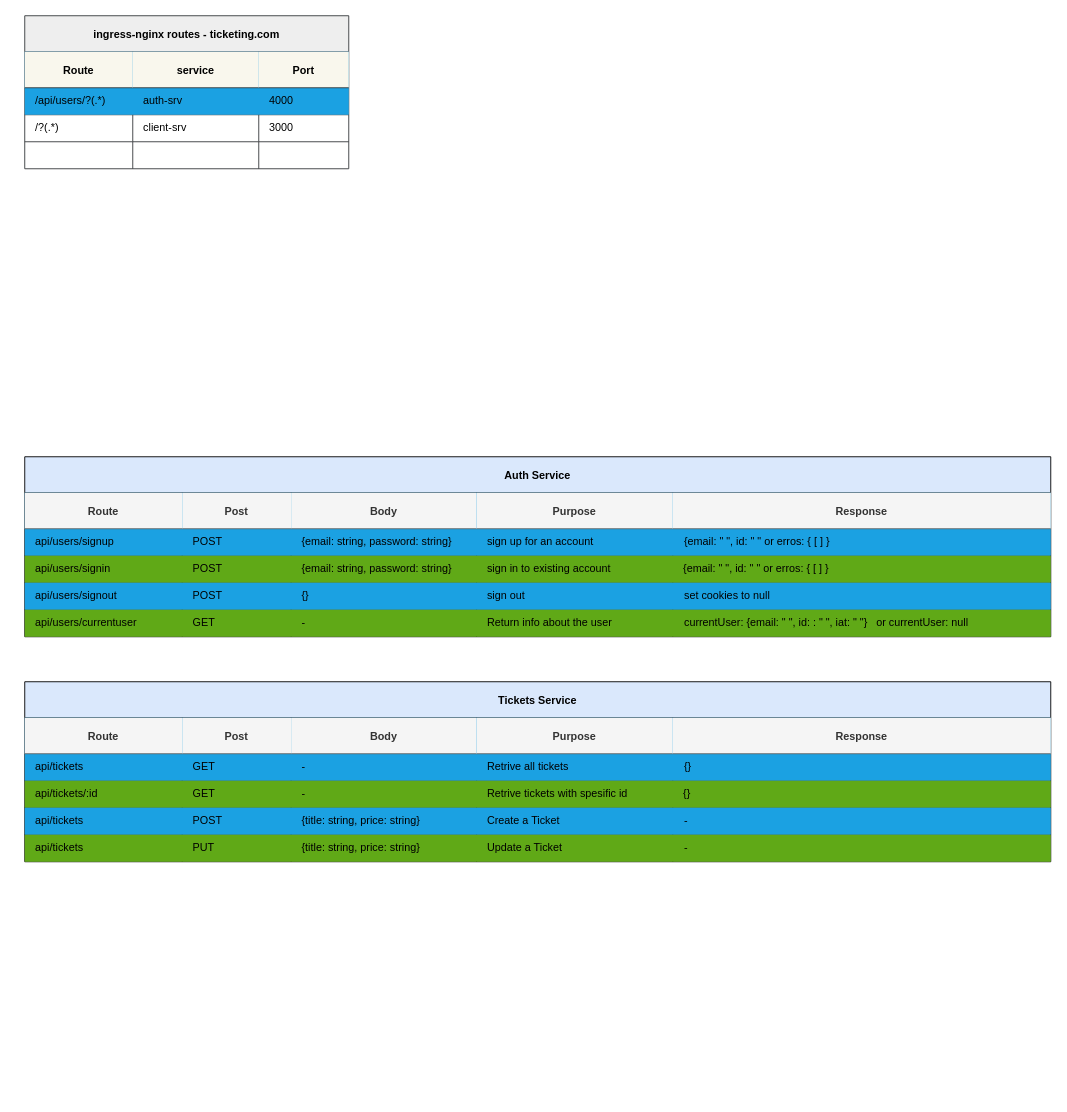
Earlier version of the draw.io diagram diagrams/routes.drawio (kavishkamk/ticker-hub). Source tidied: cells renumbered, new cells numbered last; positions are measured from the earlier drawing's top-left corner, leaving out a move shared by most shapes. Both pictures are drawn from the tidied source at 90%, with x=0, y=0 at pixel (24, 15).
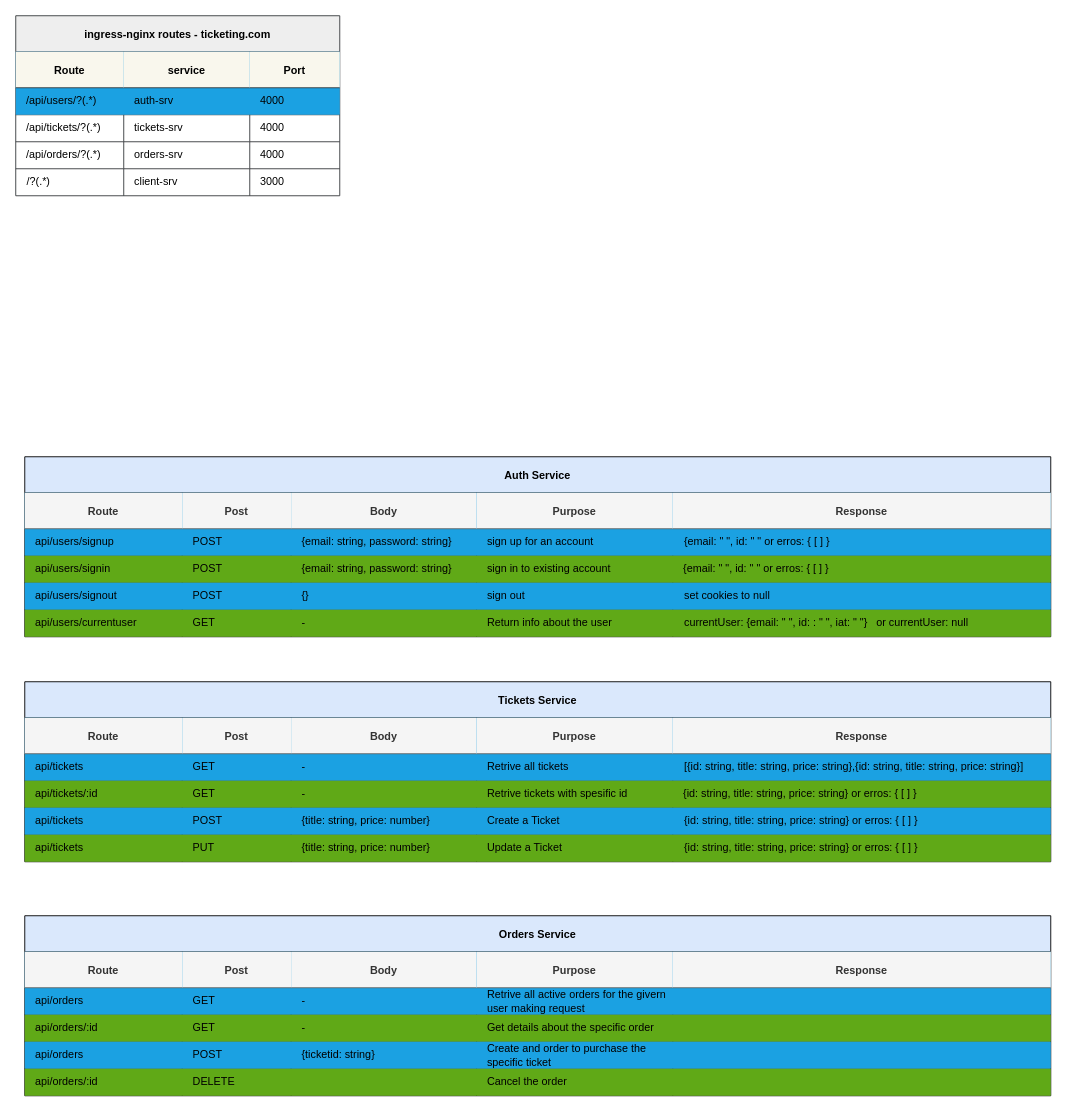
The same page after the edit.

The change refers to these unchanged cells:
```xml
<mxCell id="12" value="Response" style="swimlane;swimlaneHead=0;swimlaneBody=0;fontStyle=0;fillColor=#f5f5f5;startSize=40;fontStyle=1;fontColor=#333333;strokeColor=#666666;" parent="3" vertex="1">
  <mxGeometry x="720" width="420" height="70" as="geometry" />
</mxCell>
<mxCell id="24" style="swimlane;swimlaneHead=0;swimlaneBody=0;fontStyle=0;fillColor=none;startSize=0;fontStyle=1;" parent="23" vertex="1">
  <mxGeometry width="240" height="30" as="geometry" />
</mxCell>
<mxCell id="31" style="swimlane;swimlaneHead=0;swimlaneBody=0;fontStyle=0;fillColor=none;startSize=0;fontStyle=1;" parent="26" vertex="1">
  <mxGeometry x="296" width="206" height="30" as="geometry" />
</mxCell>
<mxCell id="35" style="swimlane;swimlaneHead=0;swimlaneBody=0;fontStyle=0;fillColor=default;startSize=0;fontStyle=1;fontColor=#ffffff;strokeColor=#006EAF;" parent="26" vertex="1">
  <mxGeometry x="720" width="420" height="30" as="geometry" />
</mxCell>
<mxCell id="42" style="swimlane;swimlaneHead=0;swimlaneBody=0;fontStyle=0;fillColor=none;startSize=0;fontStyle=1;" parent="37" vertex="1">
  <mxGeometry x="296" width="206" height="30" as="geometry" />
</mxCell>
<mxCell id="46" style="swimlane;swimlaneHead=0;swimlaneBody=0;fontStyle=0;fillColor=none;startSize=0;fontStyle=1;" parent="37" vertex="1">
  <mxGeometry x="720" width="420" height="30" as="geometry" />
</mxCell>
<mxCell id="57" style="swimlane;swimlaneHead=0;swimlaneBody=0;fontStyle=0;fillColor=none;startSize=0;fontStyle=1;strokeColor=#000000;" parent="56" vertex="1">
  <mxGeometry width="120" height="30" as="geometry" />
</mxCell>
<mxCell id="59" style="swimlane;swimlaneHead=0;swimlaneBody=0;fontStyle=0;fillColor=none;startSize=0;fontStyle=1;strokeColor=#000000;" parent="56" vertex="1">
  <mxGeometry x="120" width="140" height="30" as="geometry" />
</mxCell>
<mxCell id="61" style="swimlane;swimlaneHead=0;swimlaneBody=0;fontStyle=0;fillColor=none;startSize=0;fontStyle=1;strokeColor=#000000;swimlaneFillColor=none;" parent="56" vertex="1">
  <mxGeometry x="260" width="100" height="30" as="geometry" />
</mxCell>
<mxCell id="64" style="swimlane;swimlaneHead=0;swimlaneBody=0;fontStyle=0;fillColor=none;startSize=0;fontStyle=1;strokeColor=#000000;" parent="63" vertex="1">
  <mxGeometry width="120" height="30" as="geometry" />
</mxCell>
<mxCell id="65" style="swimlane;swimlaneHead=0;swimlaneBody=0;fontStyle=0;fillColor=none;startSize=0;fontStyle=1;strokeColor=#000000;" parent="63" vertex="1">
  <mxGeometry x="120" width="140" height="30" as="geometry" />
</mxCell>
<mxCell id="66" style="swimlane;swimlaneHead=0;swimlaneBody=0;fontStyle=0;fillColor=none;startSize=0;fontStyle=1;strokeColor=#000000;" parent="63" vertex="1">
  <mxGeometry x="260" width="100" height="30" as="geometry" />
</mxCell>
```

The edit, as a diff of the source:
```diff
@@
-    <mxCell id="13" value="{}" style="text;html=1;align=left;verticalAlign=middle;strokeColor=none;fillColor=none;" parent="12" vertex="1">
-      <mxGeometry x="11" y="40" width="30" height="30" as="geometry" />
+    <mxCell id="13" value="[{id: string, title: string, price: string},{id: string, title: string, price: string}]" style="text;html=1;align=left;verticalAlign=middle;strokeColor=none;fillColor=none;" parent="12" vertex="1">
+      <mxGeometry x="11" y="40" width="400" height="30" as="geometry" />
     </mxCell>
@@
-    <mxCell id="25" value="{}" style="text;html=1;align=left;verticalAlign=middle;strokeColor=none;fillColor=none;" parent="24" vertex="1">
-      <mxGeometry x="10" width="30" height="30" as="geometry" />
+    <mxCell id="25" value="{id: string, title: string, price: string} or erros: { [ ] }" style="text;html=1;align=left;verticalAlign=middle;strokeColor=none;fillColor=none;" parent="24" vertex="1">
+      <mxGeometry x="10" width="280" height="30" as="geometry" />
     </mxCell>
@@
-    <mxCell id="32" value="{title: string, price: string}" style="text;html=1;align=left;verticalAlign=middle;strokeColor=none;fillColor=none;" parent="31" vertex="1">
-      <mxGeometry x="10" width="150" height="30" as="geometry" />
+    <mxCell id="32" value="{title: string, price: number}" style="text;html=1;align=left;verticalAlign=middle;strokeColor=none;fillColor=none;" parent="31" vertex="1">
+      <mxGeometry x="10" width="170" height="30" as="geometry" />
     </mxCell>
@@
-    <mxCell id="36" value="-" style="text;html=1;align=left;verticalAlign=middle;strokeColor=none;fillColor=none;" parent="35" vertex="1">
-      <mxGeometry x="11" width="30" height="30" as="geometry" />
+    <mxCell id="36" value="{id: string, title: string, price: string} or erros: { [ ] }" style="text;html=1;align=left;verticalAlign=middle;strokeColor=none;fillColor=none;" parent="35" vertex="1">
+      <mxGeometry x="11" width="280" height="30" as="geometry" />
     </mxCell>
@@
-    <mxCell id="43" value="{title: string, price: string}" style="text;html=1;align=left;verticalAlign=middle;strokeColor=none;fillColor=none;" parent="42" vertex="1">
-      <mxGeometry x="10" width="150" height="30" as="geometry" />
+    <mxCell id="43" value="{title: string, price: number}" style="text;html=1;align=left;verticalAlign=middle;strokeColor=none;fillColor=none;" parent="42" vertex="1">
+      <mxGeometry x="10" width="170" height="30" as="geometry" />
     </mxCell>
@@
-    <mxCell id="47" value="-" style="text;html=1;align=left;verticalAlign=middle;strokeColor=none;fillColor=none;" parent="46" vertex="1">
-      <mxGeometry x="11" width="30" height="30" as="geometry" />
+    <mxCell id="47" value="{id: string, title: string, price: string} or erros: { [ ] }" style="text;html=1;align=left;verticalAlign=middle;strokeColor=none;fillColor=none;" parent="46" vertex="1">
+      <mxGeometry x="11" width="280" height="30" as="geometry" />
     </mxCell>
     <mxCell id="48" value="ingress-nginx routes - ticketing.com" style="shape=table;childLayout=tableLayout;startSize=40;fontStyle=1;strokeColor=#36393d;fillColor=#eeeeee;" parent="1" vertex="1">
-      <mxGeometry width="360" height="170" as="geometry" />
+      <mxGeometry x="-10" width="360" height="200" as="geometry" />
     </mxCell>
@@
-    <mxCell id="56" style="shape=tableRow;horizontal=0;startSize=0;swimlaneHead=0;swimlaneBody=0;top=0;left=0;bottom=0;right=0;fillColor=none;fontStyle=1;strokeColor=#000000;" parent="48" vertex="1">
+    <mxCell id="56" style="shape=tableRow;horizontal=0;startSize=0;swimlaneHead=0;swimlaneBody=0;top=0;left=0;bottom=0;right=0;fillColor=none;fontStyle=1;strokeColor=#000000;flipV=1;flipH=1;" parent="48" vertex="1">
       <mxGeometry y="110" width="360" height="30" as="geometry" />
     </mxCell>
@@
-    <mxCell id="58" value="/?(.*)" style="text;html=1;align=left;verticalAlign=middle;strokeColor=none;fillColor=none;" parent="57" vertex="1">
-      <mxGeometry x="10" width="50" height="30" as="geometry" />
-    </mxCell>
+    <mxCell id="113" value="/api/tickets/?(.*)" style="text;html=1;align=left;verticalAlign=middle;strokeColor=none;fillColor=none;" parent="57" vertex="1">
+      <mxGeometry x="10" width="110" height="30" as="geometry" />
+    </mxCell>
@@
-    <mxCell id="60" value="client-srv" style="text;html=1;align=left;verticalAlign=middle;strokeColor=none;fillColor=none;" parent="59" vertex="1">
-      <mxGeometry x="10" width="70" height="30" as="geometry" />
-    </mxCell>
+    <mxCell id="114" value="tickets-srv" style="text;html=1;align=left;verticalAlign=middle;strokeColor=none;fillColor=none;" parent="59" vertex="1">
+      <mxGeometry x="10" width="80" height="30" as="geometry" />
+    </mxCell>
@@
-    <mxCell id="62" value="3000" style="text;html=1;align=left;verticalAlign=middle;strokeColor=none;fillColor=none;" parent="61" vertex="1">
-      <mxGeometry x="10" width="50" height="30" as="geometry" />
-    </mxCell>
+    <mxCell id="115" value="4000" style="text;html=1;align=left;verticalAlign=middle;strokeColor=none;fillColor=none;" parent="61" vertex="1">
+      <mxGeometry x="10" width="50" height="30" as="geometry" />
+    </mxCell>
@@
+    <mxCell id="116" value="/api/orders/?(.*)" style="text;html=1;align=left;verticalAlign=middle;strokeColor=none;fillColor=none;" parent="64" vertex="1">
+      <mxGeometry x="10" width="110" height="30" as="geometry" />
+    </mxCell>
@@
+    <mxCell id="117" value="orders-srv" style="text;html=1;align=left;verticalAlign=middle;strokeColor=none;fillColor=none;" parent="65" vertex="1">
+      <mxGeometry x="10" width="80" height="30" as="geometry" />
+    </mxCell>
@@
+    <mxCell id="118" value="4000" style="text;html=1;align=left;verticalAlign=middle;strokeColor=none;fillColor=none;" parent="66" vertex="1">
+      <mxGeometry x="10" width="50" height="30" as="geometry" />
+    </mxCell>
+    <mxCell id="119" style="shape=tableRow;horizontal=0;startSize=0;swimlaneHead=0;swimlaneBody=0;top=0;left=0;bottom=0;right=0;fillColor=none;fontStyle=1;strokeColor=#000000;" parent="48" vertex="1">
+      <mxGeometry y="170" width="360" height="30" as="geometry" />
+    </mxCell>
+    <mxCell id="120" style="swimlane;swimlaneHead=0;swimlaneBody=0;fontStyle=0;fillColor=none;startSize=0;fontStyle=1;strokeColor=#000000;" parent="119" vertex="1">
+      <mxGeometry width="120" height="30" as="geometry" />
+    </mxCell>
+    <mxCell id="58" value="&lt;span style=&quot;text-align: left;&quot;&gt;/?(.*)&lt;/span&gt;" style="text;html=1;align=center;verticalAlign=middle;strokeColor=none;fillColor=none;" parent="120" vertex="1">
+      <mxGeometry width="50" height="30" as="geometry" />
+    </mxCell>
+    <mxCell id="121" style="swimlane;swimlaneHead=0;swimlaneBody=0;fontStyle=0;fillColor=none;startSize=0;fontStyle=1;strokeColor=#000000;" parent="119" vertex="1">
+      <mxGeometry x="120" width="140" height="30" as="geometry" />
+    </mxCell>
+    <mxCell id="60" value="client-srv" style="text;html=1;align=left;verticalAlign=middle;strokeColor=none;fillColor=none;" parent="121" vertex="1">
+      <mxGeometry x="10" width="70" height="30" as="geometry" />
+    </mxCell>
+    <mxCell id="122" style="swimlane;swimlaneHead=0;swimlaneBody=0;fontStyle=0;fillColor=none;startSize=0;fontStyle=1;strokeColor=#000000;" parent="119" vertex="1">
+      <mxGeometry x="260" width="100" height="30" as="geometry" />
+    </mxCell>
+    <mxCell id="62" value="3000" style="text;html=1;align=left;verticalAlign=middle;strokeColor=none;fillColor=none;" parent="122" vertex="1">
+      <mxGeometry x="10" width="50" height="30" as="geometry" />
+    </mxCell>
@@
+    <mxCell id="123" value="Orders Service" style="shape=table;childLayout=tableLayout;startSize=40;fontStyle=1;fillColor=#dae8fc;strokeColor=#000000;columnLines=1;rowLines=1;" parent="1" vertex="1">
+      <mxGeometry y="1000" width="1140" height="200" as="geometry" />
+    </mxCell>
+    <mxCell id="124" style="shape=tableRow;horizontal=0;startSize=0;swimlaneHead=0;swimlaneBody=0;top=0;left=0;bottom=0;right=0;fillColor=#1ba1e2;fontStyle=1;fontColor=#ffffff;strokeColor=#000000;" parent="123" vertex="1">
+      <mxGeometry y="40" width="1140" height="70" as="geometry" />
+    </mxCell>
+    <mxCell id="125" value="Route" style="swimlane;swimlaneHead=0;swimlaneBody=0;fontStyle=0;fillColor=#f5f5f5;startSize=40;fontStyle=1;fontColor=#333333;strokeColor=#666666;" parent="124" vertex="1">
+      <mxGeometry width="175" height="70" as="geometry" />
+    </mxCell>
+    <mxCell id="126" value="api/orders" style="text;html=1;align=left;verticalAlign=middle;strokeColor=none;fillColor=none;" parent="125" vertex="1">
+      <mxGeometry x="10" y="40" width="80" height="30" as="geometry" />
+    </mxCell>
+    <mxCell id="127" value="Post" style="swimlane;swimlaneHead=0;swimlaneBody=0;fontStyle=0;fillColor=#f5f5f5;startSize=40;fontStyle=1;fontColor=#333333;strokeColor=#666666;" parent="124" vertex="1">
+      <mxGeometry x="175" width="121" height="70" as="geometry" />
+    </mxCell>
+    <mxCell id="128" value="GET" style="text;html=1;align=left;verticalAlign=middle;strokeColor=none;fillColor=none;" parent="127" vertex="1">
+      <mxGeometry x="10" y="40" width="50" height="30" as="geometry" />
+    </mxCell>
+    <mxCell id="129" value="Body" style="swimlane;swimlaneHead=0;swimlaneBody=0;fontStyle=0;fillColor=#f5f5f5;startSize=40;fontStyle=1;fontColor=#333333;strokeColor=#666666;" parent="124" vertex="1">
+      <mxGeometry x="296" width="206" height="70" as="geometry" />
+    </mxCell>
+    <mxCell id="130" value="-" style="text;html=1;align=left;verticalAlign=middle;strokeColor=none;fillColor=none;" parent="129" vertex="1">
+      <mxGeometry x="10" y="40" width="30" height="30" as="geometry" />
+    </mxCell>
+    <mxCell id="131" value="Purpose" style="swimlane;swimlaneHead=0;swimlaneBody=0;fontStyle=0;fillColor=#f5f5f5;startSize=40;fontStyle=1;fontColor=#333333;strokeColor=#666666;" parent="124" vertex="1">
+      <mxGeometry x="502" width="218" height="70" as="geometry" />
+    </mxCell>
+    <mxCell id="132" value="Retrive all active orders for the givern&lt;br&gt;user making request" style="text;html=1;align=left;verticalAlign=middle;strokeColor=none;fillColor=none;" parent="131" vertex="1">
+      <mxGeometry x="10" y="35" width="220" height="40" as="geometry" />
+    </mxCell>
+    <mxCell id="133" value="Response" style="swimlane;swimlaneHead=0;swimlaneBody=0;fontStyle=0;fillColor=#f5f5f5;startSize=40;fontStyle=1;fontColor=#333333;strokeColor=#666666;" parent="124" vertex="1">
+      <mxGeometry x="720" width="420" height="70" as="geometry" />
+    </mxCell>
+    <mxCell id="134" style="shape=tableRow;horizontal=0;startSize=0;swimlaneHead=0;swimlaneBody=0;top=0;left=0;bottom=0;right=0;fillColor=#60a917;fontStyle=1;fontColor=#ffffff;strokeColor=#2D7600;" parent="123" vertex="1">
+      <mxGeometry y="110" width="1140" height="30" as="geometry" />
+    </mxCell>
+    <mxCell id="135" style="swimlane;swimlaneHead=0;swimlaneBody=0;fontStyle=0;fillColor=none;startSize=0;fontStyle=1;" parent="134" vertex="1">
+      <mxGeometry width="175" height="30" as="geometry" />
+    </mxCell>
+    <mxCell id="136" value="api/orders/:id" style="text;html=1;align=left;verticalAlign=middle;strokeColor=none;fillColor=none;" parent="135" vertex="1">
+      <mxGeometry x="10" width="90" height="30" as="geometry" />
+    </mxCell>
+    <mxCell id="137" style="swimlane;swimlaneHead=0;swimlaneBody=0;fontStyle=0;fillColor=none;startSize=0;fontStyle=1;" parent="134" vertex="1">
+      <mxGeometry x="175" width="121" height="30" as="geometry" />
+    </mxCell>
+    <mxCell id="138" value="GET" style="text;html=1;align=left;verticalAlign=middle;strokeColor=none;fillColor=none;" parent="137" vertex="1">
+      <mxGeometry x="10" width="50" height="30" as="geometry" />
+    </mxCell>
+    <mxCell id="139" style="swimlane;swimlaneHead=0;swimlaneBody=0;fontStyle=0;fillColor=#e1d5e7;startSize=0;fontStyle=1;strokeColor=#000000;" parent="134" vertex="1">
+      <mxGeometry x="296" width="206" height="30" as="geometry" />
+    </mxCell>
+    <mxCell id="140" value="-" style="text;html=1;align=left;verticalAlign=middle;strokeColor=none;fillColor=none;" parent="139" vertex="1">
+      <mxGeometry x="10" width="30" height="30" as="geometry" />
+    </mxCell>
+    <mxCell id="141" style="swimlane;swimlaneHead=0;swimlaneBody=0;fontStyle=0;fillColor=none;startSize=0;fontStyle=1;" parent="134" vertex="1">
+      <mxGeometry x="502" width="218" height="30" as="geometry" />
+    </mxCell>
+    <mxCell id="142" value="Get details about the specific order" style="text;html=1;align=left;verticalAlign=middle;strokeColor=none;fillColor=none;" parent="141" vertex="1">
+      <mxGeometry x="10" width="210" height="30" as="geometry" />
+    </mxCell>
+    <mxCell id="143" style="swimlane;swimlaneHead=0;swimlaneBody=0;fontStyle=0;fillColor=none;startSize=0;fontStyle=1;" parent="134" vertex="1">
+      <mxGeometry x="720" width="420" height="30" as="geometry" />
+    </mxCell>
+    <mxCell id="144" style="swimlane;swimlaneHead=0;swimlaneBody=0;fontStyle=0;fillColor=none;startSize=0;fontStyle=1;" parent="143" vertex="1">
+      <mxGeometry width="240" height="30" as="geometry" />
+    </mxCell>
+    <mxCell id="145" style="shape=tableRow;horizontal=0;startSize=0;swimlaneHead=0;swimlaneBody=0;top=0;left=0;bottom=0;right=0;fillColor=#1ba1e2;fontStyle=1;fontColor=#ffffff;strokeColor=#006EAF;" parent="123" vertex="1">
+      <mxGeometry y="140" width="1140" height="30" as="geometry" />
+    </mxCell>
+    <mxCell id="146" style="swimlane;swimlaneHead=0;swimlaneBody=0;fontStyle=0;fillColor=none;startSize=0;fontStyle=1;" parent="145" vertex="1">
+      <mxGeometry width="175" height="30" as="geometry" />
+    </mxCell>
+    <mxCell id="147" value="api/orders" style="text;html=1;align=left;verticalAlign=middle;strokeColor=none;fillColor=none;" parent="146" vertex="1">
+      <mxGeometry x="10" width="80" height="30" as="geometry" />
+    </mxCell>
+    <mxCell id="148" style="swimlane;swimlaneHead=0;swimlaneBody=0;fontStyle=0;fillColor=none;startSize=0;fontStyle=1;" parent="145" vertex="1">
+      <mxGeometry x="175" width="121" height="30" as="geometry" />
+    </mxCell>
+    <mxCell id="149" value="POST" style="text;html=1;align=left;verticalAlign=middle;strokeColor=none;fillColor=none;" parent="148" vertex="1">
+      <mxGeometry x="10" width="60" height="30" as="geometry" />
+    </mxCell>
+    <mxCell id="150" style="swimlane;swimlaneHead=0;swimlaneBody=0;fontStyle=0;fillColor=none;startSize=0;fontStyle=1;" parent="145" vertex="1">
+      <mxGeometry x="296" width="206" height="30" as="geometry" />
+    </mxCell>
+    <mxCell id="151" value="{ticketid: string}" style="text;html=1;align=left;verticalAlign=middle;strokeColor=none;fillColor=none;" parent="150" vertex="1">
+      <mxGeometry x="10" width="100" height="30" as="geometry" />
+    </mxCell>
+    <mxCell id="152" style="swimlane;swimlaneHead=0;swimlaneBody=0;fontStyle=0;fillColor=default;startSize=0;fontStyle=1;fontColor=#ffffff;strokeColor=#006EAF;" parent="145" vertex="1">
+      <mxGeometry x="502" width="218" height="30" as="geometry" />
+    </mxCell>
+    <mxCell id="153" value="Create and order to purchase the&lt;br&gt;specific ticket" style="text;html=1;align=left;verticalAlign=middle;strokeColor=none;fillColor=none;" parent="152" vertex="1">
+      <mxGeometry x="10" y="-5" width="200" height="40" as="geometry" />
+    </mxCell>
+    <mxCell id="154" style="swimlane;swimlaneHead=0;swimlaneBody=0;fontStyle=0;fillColor=default;startSize=0;fontStyle=1;fontColor=#ffffff;strokeColor=#006EAF;" parent="145" vertex="1">
+      <mxGeometry x="720" width="420" height="30" as="geometry" />
+    </mxCell>
+    <mxCell id="155" style="shape=tableRow;horizontal=0;startSize=0;swimlaneHead=0;swimlaneBody=0;top=0;left=0;bottom=0;right=0;fillColor=#60a917;fontStyle=1;fontColor=#ffffff;strokeColor=#2D7600;" parent="123" vertex="1">
+      <mxGeometry y="170" width="1140" height="30" as="geometry" />
+    </mxCell>
+    <mxCell id="156" style="swimlane;swimlaneHead=0;swimlaneBody=0;fontStyle=0;fillColor=none;startSize=0;fontStyle=1;" parent="155" vertex="1">
+      <mxGeometry width="175" height="30" as="geometry" />
+    </mxCell>
+    <mxCell id="157" value="api/orders/:id" style="text;html=1;align=left;verticalAlign=middle;strokeColor=none;fillColor=none;" parent="156" vertex="1">
+      <mxGeometry x="10" width="90" height="30" as="geometry" />
+    </mxCell>
+    <mxCell id="158" style="swimlane;swimlaneHead=0;swimlaneBody=0;fontStyle=0;fillColor=none;startSize=0;fontStyle=1;" parent="155" vertex="1">
+      <mxGeometry x="175" width="121" height="30" as="geometry" />
+    </mxCell>
+    <mxCell id="159" value="DELETE" style="text;html=1;align=left;verticalAlign=middle;strokeColor=none;fillColor=none;" parent="158" vertex="1">
+      <mxGeometry x="10" width="70" height="30" as="geometry" />
+    </mxCell>
+    <mxCell id="160" style="swimlane;swimlaneHead=0;swimlaneBody=0;fontStyle=0;fillColor=none;startSize=0;fontStyle=1;" parent="155" vertex="1">
+      <mxGeometry x="296" width="206" height="30" as="geometry" />
+    </mxCell>
+    <mxCell id="161" style="swimlane;swimlaneHead=0;swimlaneBody=0;fontStyle=0;fillColor=none;startSize=0;fontStyle=1;" parent="155" vertex="1">
+      <mxGeometry x="502" width="218" height="30" as="geometry" />
+    </mxCell>
+    <mxCell id="162" value="Cancel the order" style="text;html=1;align=left;verticalAlign=middle;strokeColor=none;fillColor=none;" parent="161" vertex="1">
+      <mxGeometry x="10" width="110" height="30" as="geometry" />
+    </mxCell>
+    <mxCell id="163" style="swimlane;swimlaneHead=0;swimlaneBody=0;fontStyle=0;fillColor=none;startSize=0;fontStyle=1;" parent="155" vertex="1">
+      <mxGeometry x="720" width="420" height="30" as="geometry" />
+    </mxCell>
```
